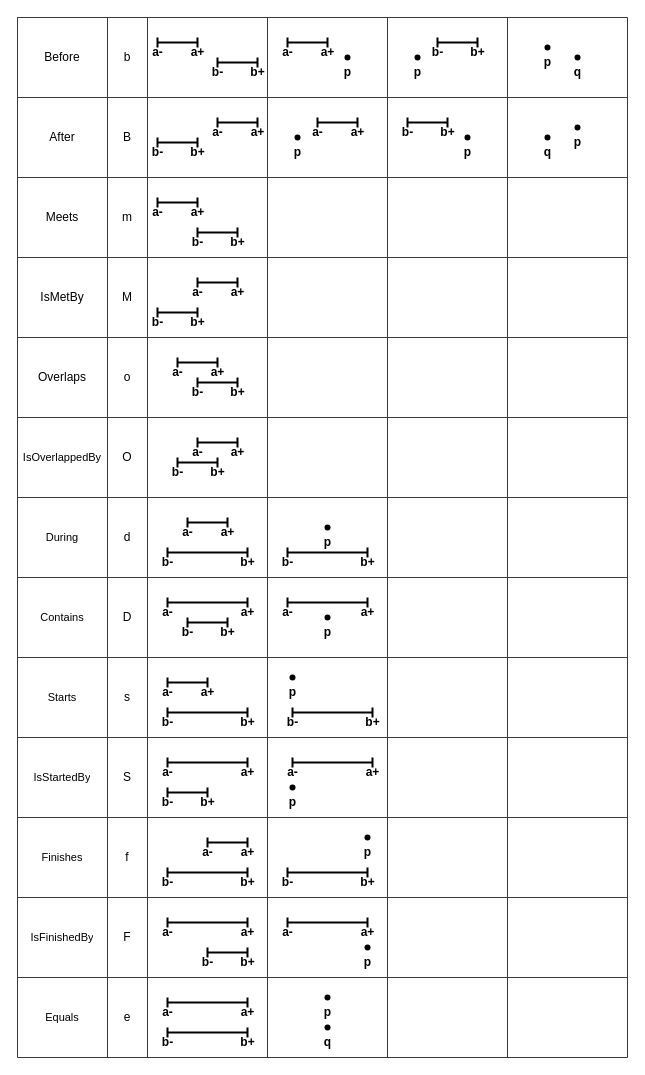
Before: page "Relations" (2 of 4) of res/resources.drawio in gchudnov/mindthegap, a draw.io diagram. Source tidied: cells renumbered, new cells numbered last; positions are measured from the earlier drawing's top-left corner, leaving out a move shared by most shapes. Both pictures are drawn from the tidied source at 100%, with x=0, y=0 at pixel (17, 17).
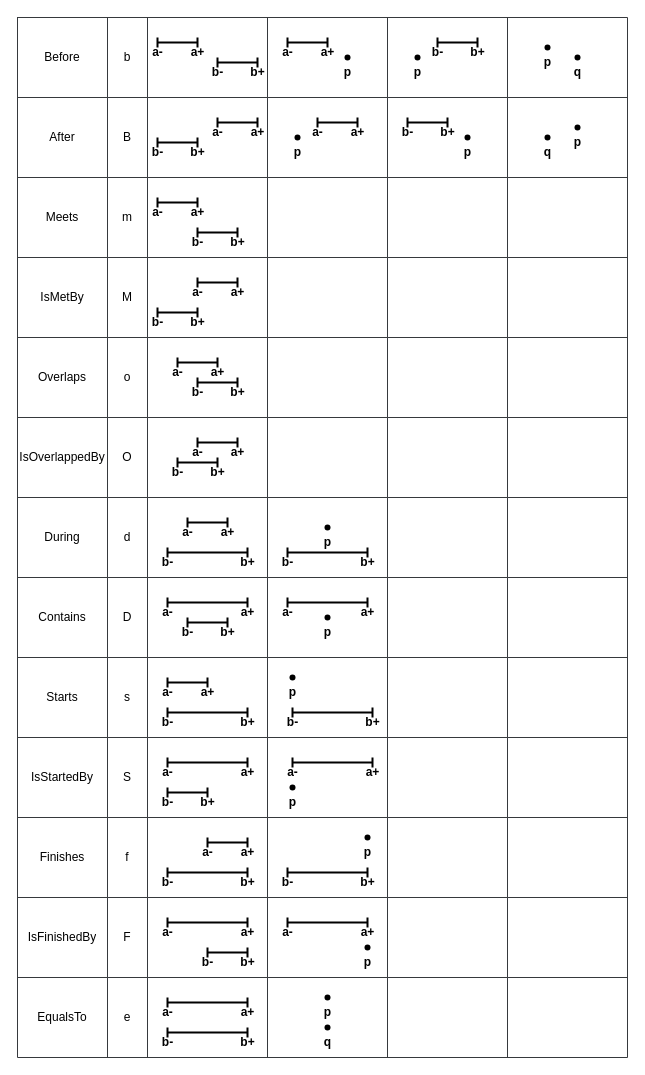
The same page after the edit.

The change refers to these unchanged cells:
```xml
<mxCell id="38" style="shape=partialRectangle;html=1;whiteSpace=wrap;fillColor=none;top=0;left=0;bottom=0;right=0;" parent="2" vertex="1">
  <mxGeometry y="400" width="610" height="80" as="geometry" />
</mxCell>
<mxCell id="45" style="shape=partialRectangle;html=1;whiteSpace=wrap;fillColor=none;top=0;left=0;bottom=0;right=0;" parent="2" vertex="1">
  <mxGeometry y="480" width="610" height="80" as="geometry" />
</mxCell>
<mxCell id="52" style="shape=partialRectangle;html=1;whiteSpace=wrap;fillColor=none;top=0;left=0;bottom=0;right=0;" parent="2" vertex="1">
  <mxGeometry y="560" width="610" height="80" as="geometry" />
</mxCell>
<mxCell id="59" style="shape=partialRectangle;html=1;whiteSpace=wrap;fillColor=none;top=0;left=0;bottom=0;right=0;" parent="2" vertex="1">
  <mxGeometry y="640" width="610" height="80" as="geometry" />
</mxCell>
<mxCell id="66" style="shape=partialRectangle;html=1;whiteSpace=wrap;fillColor=none;top=0;left=0;bottom=0;right=0;" parent="2" vertex="1">
  <mxGeometry y="720" width="610" height="80" as="geometry" />
</mxCell>
<mxCell id="73" style="shape=partialRectangle;html=1;whiteSpace=wrap;fillColor=none;top=0;left=0;bottom=0;right=0;" parent="2" vertex="1">
  <mxGeometry y="800" width="610" height="80" as="geometry" />
</mxCell>
<mxCell id="80" style="shape=partialRectangle;html=1;whiteSpace=wrap;fillColor=none;top=0;left=0;bottom=0;right=0;" parent="2" vertex="1">
  <mxGeometry y="880" width="610" height="80" as="geometry" />
</mxCell>
<mxCell id="87" style="shape=partialRectangle;html=1;whiteSpace=wrap;fillColor=none;top=0;left=0;bottom=0;right=0;" parent="2" vertex="1">
  <mxGeometry y="960" width="610" height="80" as="geometry" />
</mxCell>
```

The edit, as a diff of the source:
```diff
@@
-    <mxCell id="39" value="IsOverlappedBy" style="shape=partialRectangle;html=1;whiteSpace=wrap;fillColor=none;top=0;left=0;bottom=0;right=0;overflow=hidden;fontSize=11;" parent="38" vertex="1">
+    <mxCell id="39" value="IsOverlappedBy" style="shape=partialRectangle;html=1;whiteSpace=wrap;fillColor=none;top=0;left=0;bottom=0;right=0;overflow=hidden;fontSize=12;" parent="38" vertex="1">
       <mxGeometry width="90" height="80" as="geometry" />
     </mxCell>
@@
-    <mxCell id="46" value="During" style="shape=partialRectangle;html=1;whiteSpace=wrap;fillColor=none;top=0;left=0;bottom=0;right=0;overflow=hidden;fontSize=11;" parent="45" vertex="1">
+    <mxCell id="46" value="During" style="shape=partialRectangle;html=1;whiteSpace=wrap;fillColor=none;top=0;left=0;bottom=0;right=0;overflow=hidden;fontSize=12;" parent="45" vertex="1">
       <mxGeometry width="90" height="80" as="geometry" />
     </mxCell>
@@
-    <mxCell id="53" value="Contains" style="shape=partialRectangle;html=1;whiteSpace=wrap;fillColor=none;top=0;left=0;bottom=0;right=0;overflow=hidden;fontSize=11;" parent="52" vertex="1">
+    <mxCell id="53" value="Contains" style="shape=partialRectangle;html=1;whiteSpace=wrap;fillColor=none;top=0;left=0;bottom=0;right=0;overflow=hidden;fontSize=12;" parent="52" vertex="1">
       <mxGeometry width="90" height="80" as="geometry" />
     </mxCell>
@@
-    <mxCell id="60" value="Starts" style="shape=partialRectangle;html=1;whiteSpace=wrap;fillColor=none;top=0;left=0;bottom=0;right=0;overflow=hidden;fontSize=11;" parent="59" vertex="1">
+    <mxCell id="60" value="Starts" style="shape=partialRectangle;html=1;whiteSpace=wrap;fillColor=none;top=0;left=0;bottom=0;right=0;overflow=hidden;fontSize=12;" parent="59" vertex="1">
       <mxGeometry width="90" height="80" as="geometry" />
     </mxCell>
@@
-    <mxCell id="67" value="IsStartedBy" style="shape=partialRectangle;html=1;whiteSpace=wrap;fillColor=none;top=0;left=0;bottom=0;right=0;overflow=hidden;fontSize=11;" parent="66" vertex="1">
+    <mxCell id="67" value="IsStartedBy" style="shape=partialRectangle;html=1;whiteSpace=wrap;fillColor=none;top=0;left=0;bottom=0;right=0;overflow=hidden;fontSize=12;" parent="66" vertex="1">
       <mxGeometry width="90" height="80" as="geometry" />
     </mxCell>
@@
-    <mxCell id="74" value="Finishes" style="shape=partialRectangle;html=1;whiteSpace=wrap;fillColor=none;top=0;left=0;bottom=0;right=0;overflow=hidden;fontSize=11;" parent="73" vertex="1">
+    <mxCell id="74" value="Finishes" style="shape=partialRectangle;html=1;whiteSpace=wrap;fillColor=none;top=0;left=0;bottom=0;right=0;overflow=hidden;fontSize=12;" parent="73" vertex="1">
       <mxGeometry width="90" height="80" as="geometry" />
     </mxCell>
@@
-    <mxCell id="81" value="IsFinishedBy" style="shape=partialRectangle;html=1;whiteSpace=wrap;fillColor=none;top=0;left=0;bottom=0;right=0;overflow=hidden;fontSize=11;" parent="80" vertex="1">
+    <mxCell id="81" value="IsFinishedBy" style="shape=partialRectangle;html=1;whiteSpace=wrap;fillColor=none;top=0;left=0;bottom=0;right=0;overflow=hidden;fontSize=12;" parent="80" vertex="1">
       <mxGeometry width="90" height="80" as="geometry" />
     </mxCell>
@@
-    <mxCell id="88" value="Equals" style="shape=partialRectangle;html=1;whiteSpace=wrap;fillColor=none;top=0;left=0;bottom=0;right=0;overflow=hidden;fontSize=11;" parent="87" vertex="1">
+    <mxCell id="88" value="EqualsTo" style="shape=partialRectangle;html=1;whiteSpace=wrap;fillColor=none;top=0;left=0;bottom=0;right=0;overflow=hidden;fontSize=12;" parent="87" vertex="1">
       <mxGeometry width="90" height="80" as="geometry" />
     </mxCell>
```
